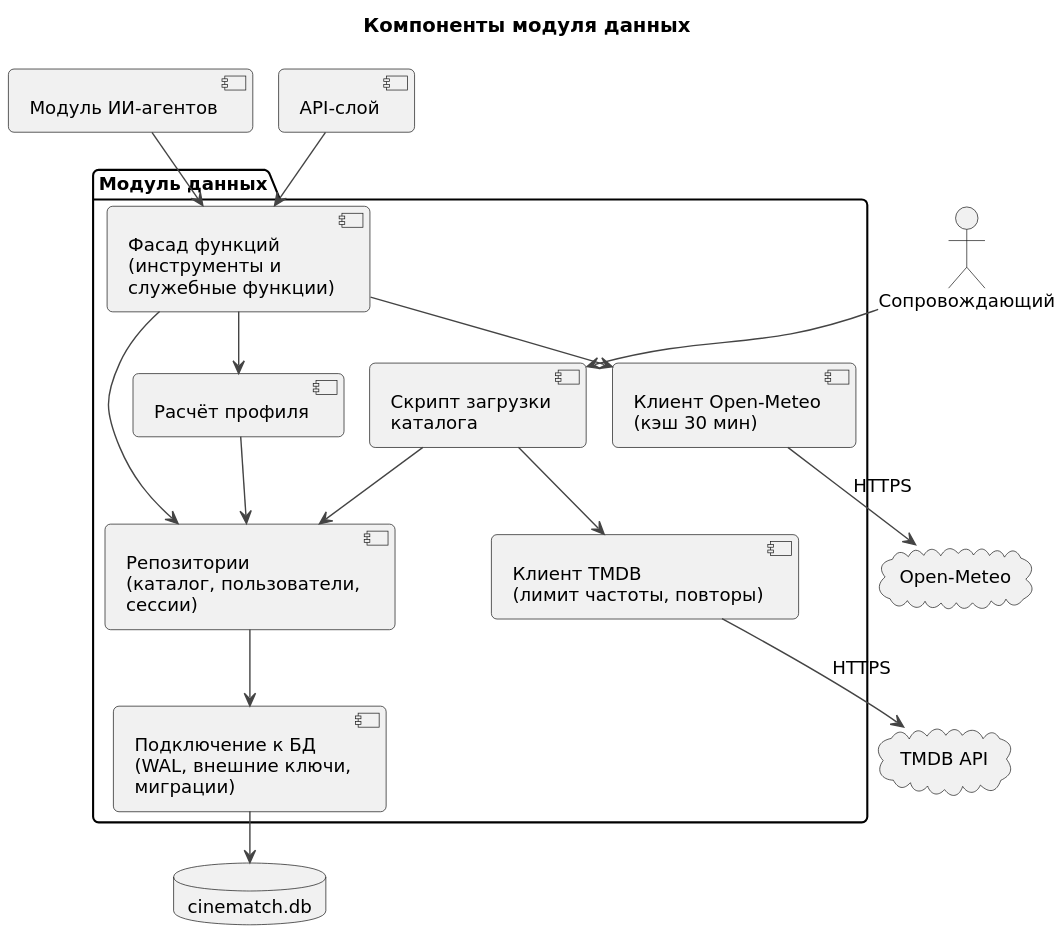
Before: documents/data/diagrams/150-components.svg, a diagram exported from PlantUML (ryDIEv/CineMatch). The source it was exported from:
```plantuml
@startuml
!include _style.iuml
title Компоненты модуля данных
component "Модуль ИИ-агентов" as AG
component "API-слой" as API
actor "Сопровождающий" as OP
package "Модуль данных" {
  component "Фасад функций\n(инструменты и\nслужебные функции)" as F
  component "Репозитории\n(каталог, пользователи,\nсессии)" as R
  component "Расчёт профиля" as PR
  component "Скрипт загрузки\nкаталога" as L
  component "Клиент TMDB\n(лимит частоты, повторы)" as T
  component "Клиент Open-Meteo\n(кэш 30 мин)" as W
  component "Подключение к БД\n(WAL, внешние ключи,\nмиграции)" as C
}
database "cinematch.db" as DB
cloud "TMDB API" as TMDB
cloud "Open-Meteo" as OM
AG --> F
API --> F
OP --> L
F --> R
F --> PR
F --> W
PR --> R
L --> T
L --> R
R --> C
C --> DB
T --> TMDB : HTTPS
W --> OM : HTTPS
@enduml
```
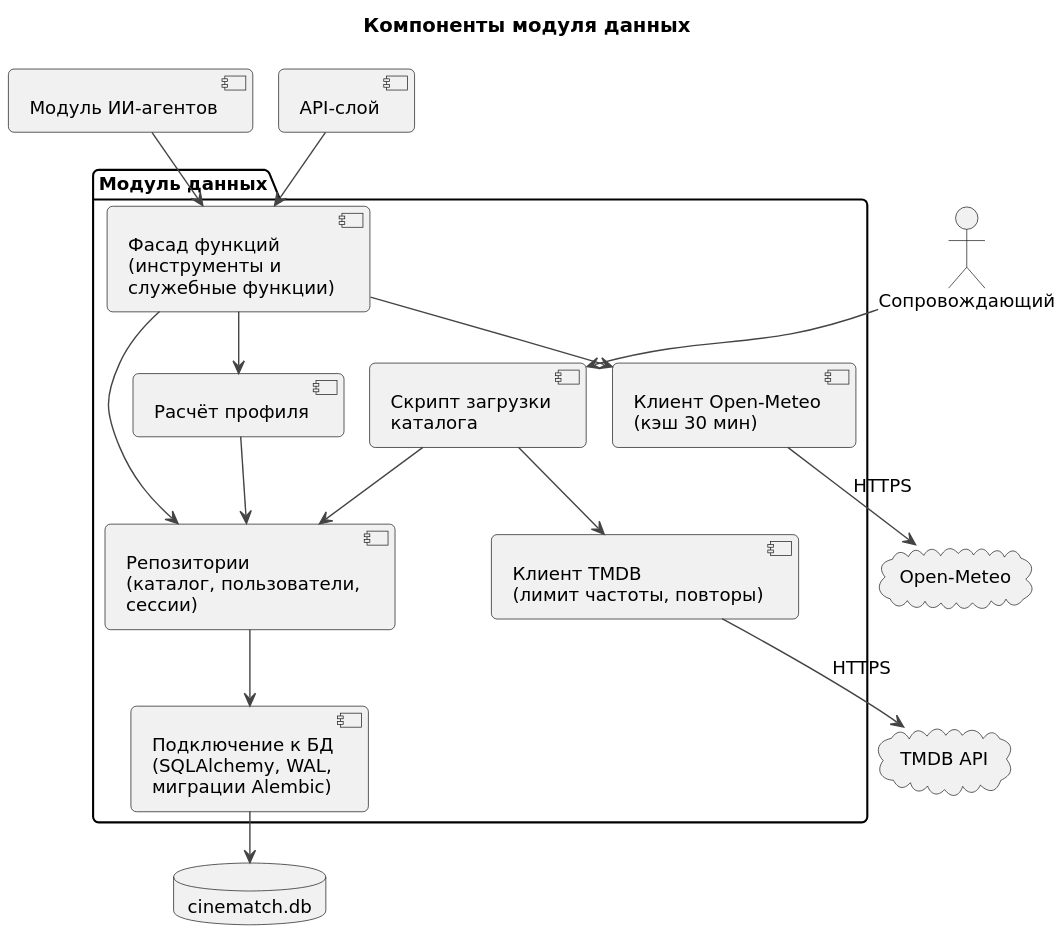
The same file after the commit.

Diff of the diagram source:
```diff
@@ -11,7 +11,7 @@
   component "Скрипт загрузки\nкаталога" as L
   component "Клиент TMDB\n(лимит частоты, повторы)" as T
   component "Клиент Open-Meteo\n(кэш 30 мин)" as W
-  component "Подключение к БД\n(WAL, внешние ключи,\nмиграции)" as C
+  component "Подключение к БД\n(SQLAlchemy, WAL,\nмиграции Alembic)" as C
 }
 database "cinematch.db" as DB
 cloud "TMDB API" as TMDB
```
